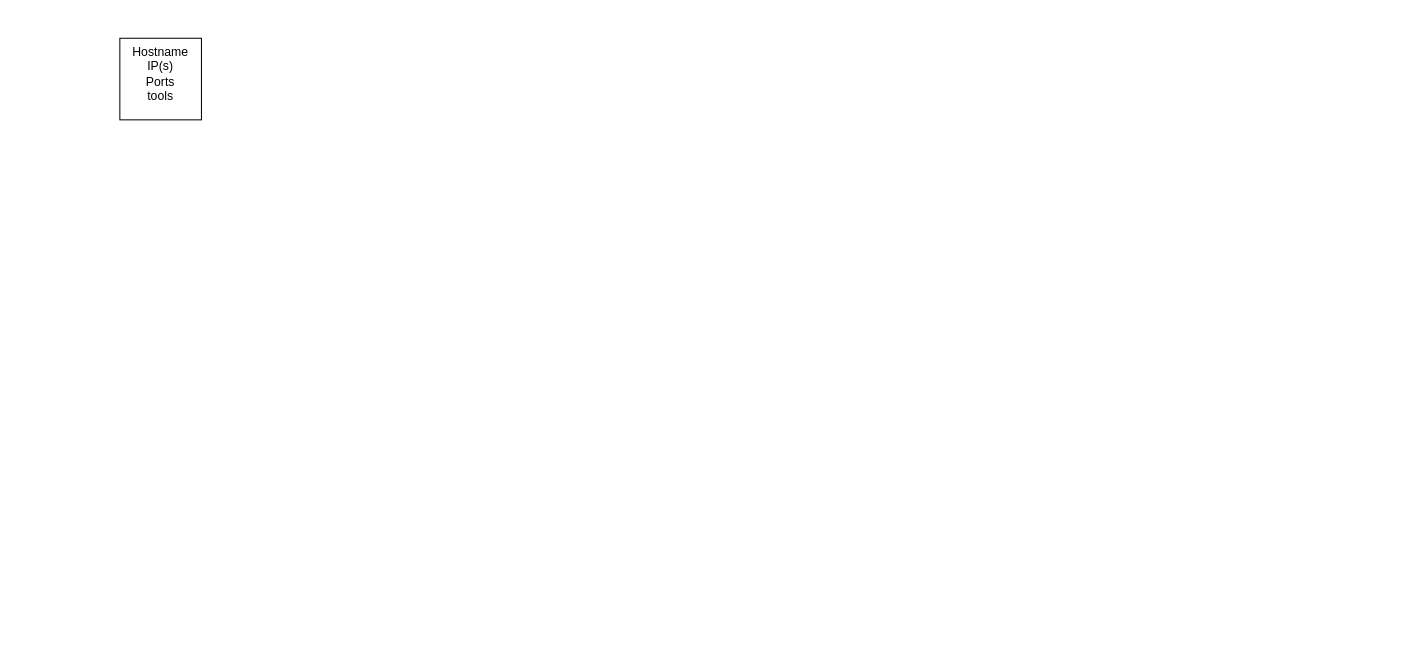
Earlier version of the draw.io diagram Networking/Vacca/Untitled Diagram.drawio (TheWaltuh/COSC-Notes). Source tidied: cells renumbered, new cells numbered last; positions are measured from the earlier drawing's top-left corner, leaving out a move shared by most shapes. Both pictures are drawn from the tidied source at 102%, with x=0, y=0 at pixel (119, 38).
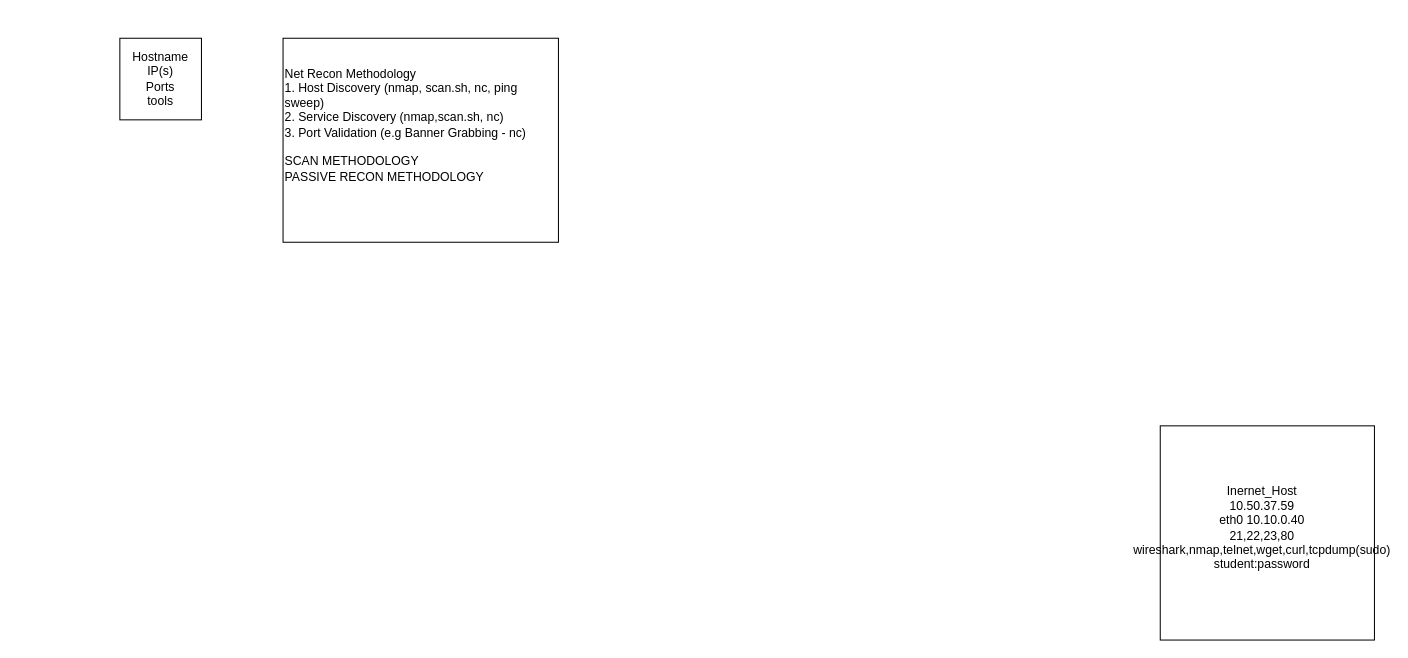
Above is the later version.

Diff of the diagram source:
```diff
@@
 <mxGraphModel>
   <root>
     <mxCell id="0" />
     <mxCell id="1" parent="0" />
     <mxCell id="2" style="whiteSpace=wrap;html=1;" parent="1" vertex="1">
       <mxGeometry width="80" height="80" as="geometry" />
     </mxCell>
     <mxCell id="3" value="&lt;div&gt;Hostname&lt;/div&gt;&lt;div&gt;IP(s)&lt;/div&gt;&lt;div&gt;Ports&lt;/div&gt;&lt;div&gt;tools&lt;br&gt;&lt;/div&gt;" style="text;html=1;strokeColor=none;fillColor=none;align=center;verticalAlign=middle;whiteSpace=wrap;rounded=0;" parent="1" vertex="1">
-      <mxGeometry x="10" y="20" width="60" height="30" as="geometry" />
+      <mxGeometry x="10" y="20" width="60" height="40" as="geometry" />
     </mxCell>
+    <mxCell id="4" style="whiteSpace=wrap;html=1;" parent="1" vertex="1">
+      <mxGeometry x="1020" y="380" width="210" height="210" as="geometry" />
+    </mxCell>
+    <mxCell id="5" value="&lt;div&gt;Inernet_Host&lt;/div&gt;&lt;div&gt;10.50.37.59&lt;/div&gt;&lt;div&gt;eth0 10.10.0.40&lt;/div&gt;&lt;div&gt;21,22,23,80&lt;/div&gt;&lt;div&gt;wireshark,nmap,telnet,wget,curl,tcpdump(sudo)&lt;/div&gt;&lt;div&gt;student:password&lt;br&gt;&lt;/div&gt;" style="text;html=1;strokeColor=none;fillColor=none;align=center;verticalAlign=middle;whiteSpace=wrap;rounded=0;labelPosition=center;verticalLabelPosition=middle;" parent="1" vertex="1">
+      <mxGeometry x="1020" y="380" width="200" height="200" as="geometry" />
+    </mxCell>
+    <mxCell id="6" style="rounded=0;whiteSpace=wrap;html=1;" parent="1" vertex="1">
+      <mxGeometry x="160" width="270" height="200" as="geometry" />
+    </mxCell>
+    <mxCell id="7" value="&lt;div&gt;Net Recon Methodology&lt;/div&gt;&lt;div&gt;1. Host Discovery (nmap, scan.sh, nc, ping sweep)&lt;/div&gt;&lt;div&gt;2. Service Discovery (nmap,scan.sh, nc)&lt;/div&gt;&lt;div&gt;3. Port Validation (e.g Banner Grabbing - nc)&lt;/div&gt;&lt;div&gt;&lt;br&gt;&lt;/div&gt;&lt;div&gt;SCAN METHODOLOGY&lt;/div&gt;&lt;div&gt;PASSIVE RECON METHODOLOGY&lt;br&gt;&lt;/div&gt;" style="text;html=1;strokeColor=none;fillColor=none;align=left;verticalAlign=middle;whiteSpace=wrap;rounded=0;labelPosition=right;verticalLabelPosition=middle;" parent="1" vertex="1">
+      <mxGeometry x="-100" y="-20" width="260" height="210" as="geometry" />
+    </mxCell>
   </root>
 </mxGraphModel>
```
